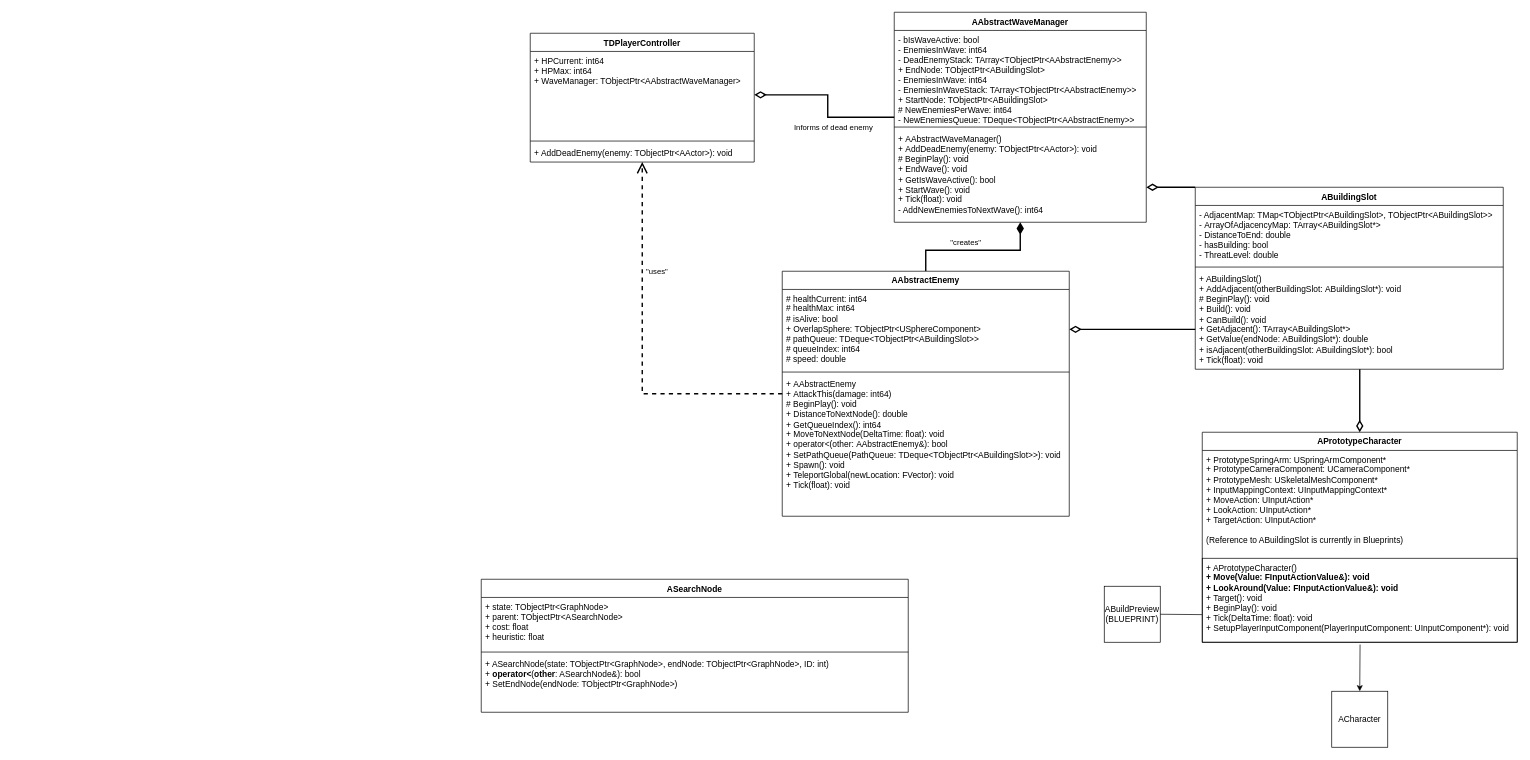
Earlier version of the draw.io diagram UML.drawio (herrkrabbe/Programming3TD). Source tidied: cells renumbered, new cells numbered last; positions are measured from the earlier drawing's top-left corner, leaving out a move shared by most shapes. Both pictures are drawn from the tidied source at 70%, with x=0, y=0 at pixel (481, 12).
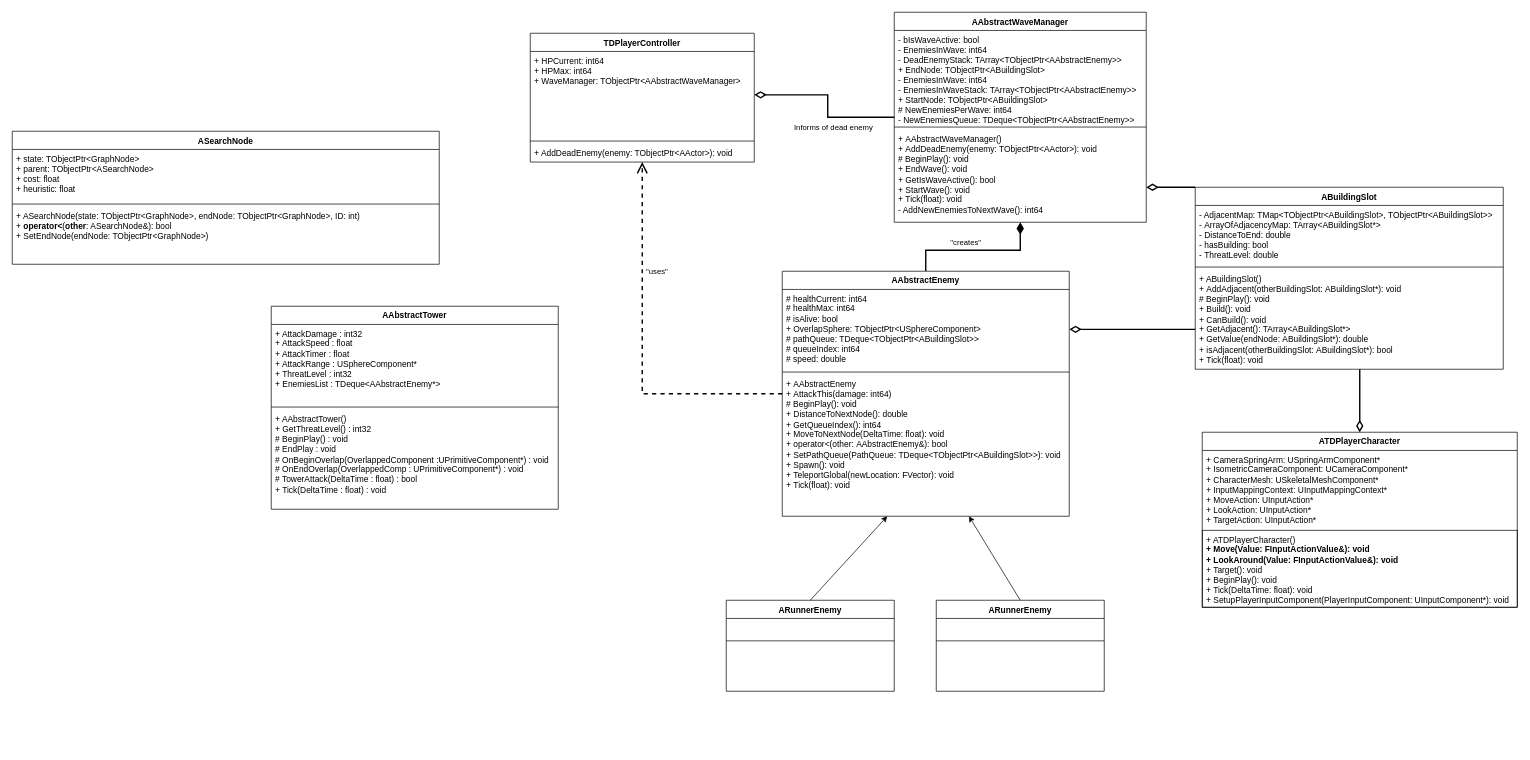
After the change.

Commit message:
Update PlayerCharacter, added AAbstractTower, Added 2 enemy subclasses

The change refers to these unchanged cells:
```xml
<mxCell id="14" value="+&amp;nbsp;AAbstractEnemy&lt;div&gt;+&amp;nbsp;AttackThis(damage: int64)&lt;/div&gt;&lt;div&gt;&lt;div&gt;# BeginPlay(): void&lt;br&gt;&lt;/div&gt;&lt;/div&gt;&lt;div&gt;+&amp;nbsp;DistanceToNextNode(): double&lt;/div&gt;&lt;div&gt;+&amp;nbsp;GetQueueIndex(): int64&lt;/div&gt;&lt;div&gt;+&amp;nbsp;MoveToNextNode(DeltaTime: float): void&lt;/div&gt;&lt;div&gt;+&amp;nbsp;operator&amp;lt;(other:&amp;nbsp;AAbstractEnemy&amp;amp;): bool&lt;/div&gt;&lt;div&gt;+&amp;nbsp;SetPathQueue(PathQueue:&amp;nbsp;TDeque&amp;lt;TObjectPtr&amp;lt;ABuildingSlot&amp;gt;&amp;gt;): void&lt;/div&gt;&lt;div&gt;+&amp;nbsp;Spawn(): void&lt;/div&gt;&lt;div&gt;+&amp;nbsp;TeleportGlobal(newLocation: FVector): void&lt;/div&gt;&lt;div&gt;+&amp;nbsp;Tick(float): void&lt;br&gt;&lt;/div&gt;" style="text;strokeColor=none;fillColor=none;align=left;verticalAlign=top;spacingLeft=4;spacingRight=4;overflow=hidden;points=[[0,0.5],[1,0.5]];portConstraint=eastwest;whiteSpace=wrap;html=1;" parent="11" vertex="1">
  <mxGeometry y="148" width="410" height="202" as="geometry" />
</mxCell>
```

Change to the diagram source:
```diff
@@
-    <mxCell id="20" value="APrototypeCharacter" style="swimlane;fontStyle=1;align=center;verticalAlign=top;horizontal=1;startSize=26;whiteSpace=wrap;html=1;" parent="1" vertex="1">
-      <mxGeometry x="1030" y="600" width="450" height="300" as="geometry" />
+    <mxCell id="20" value="ATDPlayerCharacter" style="swimlane;fontStyle=1;align=center;verticalAlign=top;horizontal=1;startSize=26;whiteSpace=wrap;html=1;" parent="1" vertex="1">
+      <mxGeometry x="1030" y="600" width="450" height="250" as="geometry" />
     </mxCell>
-    <mxCell id="21" value="+ PrototypeSpringArm: USpringArmComponent*&lt;div&gt;+&amp;nbsp;&lt;span style=&quot;white-space: normal;&quot;&gt;&lt;span style=&quot;background-color: initial;&quot;&gt;PrototypeCameraComponent:&amp;nbsp;&lt;/span&gt;&lt;/span&gt;&lt;span style=&quot;background-color: initial;&quot;&gt;UCameraComponent*&lt;/span&gt;&lt;/div&gt;&lt;div&gt;&lt;span style=&quot;background-color: initial;&quot;&gt;+&amp;nbsp;&lt;/span&gt;&lt;span style=&quot;background-color: initial;&quot;&gt;PrototypeMesh:&amp;nbsp;&lt;/span&gt;&lt;span style=&quot;background-color: initial;&quot;&gt;USkeletalMeshComponent*&amp;nbsp;&lt;/span&gt;&lt;/div&gt;&lt;div&gt;&lt;span style=&quot;background-color: initial;&quot;&gt;+&amp;nbsp;&lt;/span&gt;&lt;span style=&quot;background-color: initial;&quot;&gt;InputMappingContext:&amp;nbsp;&lt;/span&gt;&lt;span style=&quot;background-color: initial;&quot;&gt;UInputMappingContext*&amp;nbsp;&lt;/span&gt;&lt;/div&gt;&lt;div&gt;&lt;span style=&quot;background-color: initial;&quot;&gt;+&amp;nbsp;&lt;/span&gt;&lt;span style=&quot;background-color: initial;&quot;&gt;MoveAction:&amp;nbsp;&lt;/span&gt;&lt;span style=&quot;background-color: initial;&quot;&gt;UInputAction*&amp;nbsp;&lt;/span&gt;&lt;/div&gt;&lt;div&gt;&lt;span style=&quot;background-color: initial;&quot;&gt;+&amp;nbsp;&lt;/span&gt;&lt;span style=&quot;background-color: initial;&quot;&gt;LookAction:&amp;nbsp;&lt;/span&gt;&lt;span style=&quot;background-color: initial;&quot;&gt;UInputAction*&amp;nbsp;&lt;/span&gt;&lt;/div&gt;&lt;div&gt;&lt;span style=&quot;background-color: initial;&quot;&gt;+&amp;nbsp;&lt;/span&gt;&lt;span style=&quot;background-color: initial;&quot;&gt;TargetAction:&amp;nbsp;&lt;/span&gt;&lt;span style=&quot;background-color: initial;&quot;&gt;UInputAction*&lt;/span&gt;&lt;/div&gt;&lt;div&gt;&lt;span style=&quot;background-color: initial;&quot;&gt;&lt;br&gt;&lt;/span&gt;&lt;/div&gt;&lt;div&gt;&lt;span style=&quot;background-color: initial;&quot;&gt;(Reference to ABuildingSlot is currently in Blueprints)&lt;/span&gt;&lt;/div&gt;" style="text;strokeColor=none;fillColor=none;align=left;verticalAlign=top;spacingLeft=4;spacingRight=4;overflow=hidden;whiteSpace=wrap;html=1;" parent="20" vertex="1">
-      <mxGeometry y="26" width="450" height="154" as="geometry" />
+    <mxCell id="21" value="+ CameraSpringArm: USpringArmComponent*&lt;div&gt;+ Isometric&lt;span style=&quot;white-space: normal;&quot;&gt;&lt;span style=&quot;background-color: initial;&quot;&gt;CameraComponent:&amp;nbsp;&lt;/span&gt;&lt;/span&gt;&lt;span style=&quot;background-color: initial;&quot;&gt;UCameraComponent*&lt;/span&gt;&lt;/div&gt;&lt;div&gt;&lt;span style=&quot;background-color: initial;&quot;&gt;+ Character&lt;/span&gt;&lt;span style=&quot;background-color: initial;&quot;&gt;Mesh:&amp;nbsp;&lt;/span&gt;&lt;span style=&quot;background-color: initial;&quot;&gt;USkeletalMeshComponent*&amp;nbsp;&lt;/span&gt;&lt;/div&gt;&lt;div&gt;&lt;span style=&quot;background-color: initial;&quot;&gt;+&amp;nbsp;&lt;/span&gt;&lt;span style=&quot;background-color: initial;&quot;&gt;InputMappingContext:&amp;nbsp;&lt;/span&gt;&lt;span style=&quot;background-color: initial;&quot;&gt;UInputMappingContext*&amp;nbsp;&lt;/span&gt;&lt;/div&gt;&lt;div&gt;&lt;span style=&quot;background-color: initial;&quot;&gt;+&amp;nbsp;&lt;/span&gt;&lt;span style=&quot;background-color: initial;&quot;&gt;MoveAction:&amp;nbsp;&lt;/span&gt;&lt;span style=&quot;background-color: initial;&quot;&gt;UInputAction*&amp;nbsp;&lt;/span&gt;&lt;/div&gt;&lt;div&gt;&lt;span style=&quot;background-color: initial;&quot;&gt;+&amp;nbsp;&lt;/span&gt;&lt;span style=&quot;background-color: initial;&quot;&gt;LookAction:&amp;nbsp;&lt;/span&gt;&lt;span style=&quot;background-color: initial;&quot;&gt;UInputAction*&amp;nbsp;&lt;/span&gt;&lt;/div&gt;&lt;div&gt;&lt;span style=&quot;background-color: initial;&quot;&gt;+&amp;nbsp;&lt;/span&gt;&lt;span style=&quot;background-color: initial;&quot;&gt;TargetAction:&amp;nbsp;&lt;/span&gt;&lt;span style=&quot;background-color: initial;&quot;&gt;UInputAction*&lt;/span&gt;&lt;/div&gt;" style="text;strokeColor=none;fillColor=none;align=left;verticalAlign=top;spacingLeft=4;spacingRight=4;overflow=hidden;whiteSpace=wrap;html=1;" parent="20" vertex="1">
+      <mxGeometry y="26" width="450" height="114" as="geometry" />
     </mxCell>
-    <mxCell id="22" value="&lt;span style=&quot;background-color: initial;&quot;&gt;&lt;div style=&quot;&quot;&gt;+ APrototypeCharacter()&lt;/div&gt;&lt;div style=&quot;font-weight: bold;&quot;&gt;+ Move(&lt;span style=&quot;background-color: initial;&quot;&gt;Value:&amp;nbsp;&lt;/span&gt;&lt;span style=&quot;background-color: initial;&quot;&gt;FInputActionValue&amp;amp;):&amp;nbsp;&lt;/span&gt;&lt;span style=&quot;background-color: initial;&quot;&gt;void&lt;/span&gt;&lt;span style=&quot;background-color: initial;&quot;&gt;&amp;nbsp;&lt;/span&gt;&lt;/div&gt;&lt;div style=&quot;font-weight: bold;&quot;&gt;&lt;span style=&quot;background-color: initial;&quot;&gt;+ LookAround(&lt;/span&gt;&lt;span style=&quot;background-color: initial;&quot;&gt;Value:&amp;nbsp;&lt;/span&gt;&lt;span style=&quot;background-color: initial;&quot;&gt;FInputActionValue&amp;amp;):&amp;nbsp;&lt;/span&gt;&lt;span style=&quot;background-color: initial;&quot;&gt;void&lt;/span&gt;&lt;/div&gt;&lt;div style=&quot;font-weight: bold;&quot;&gt;&lt;span style=&quot;background-color: initial; font-weight: normal;&quot;&gt;+ Target():&amp;nbsp;&lt;/span&gt;&lt;span style=&quot;background-color: initial; font-weight: normal;&quot;&gt;void&lt;/span&gt;&lt;span style=&quot;background-color: initial; font-weight: normal;&quot;&gt;&amp;nbsp;&lt;/span&gt;&lt;/div&gt;&lt;div style=&quot;font-weight: bold;&quot;&gt;&lt;span style=&quot;background-color: initial; font-weight: normal;&quot;&gt;+ BeginPlay():&amp;nbsp;&lt;/span&gt;&lt;span style=&quot;background-color: initial; font-weight: normal;&quot;&gt;void&lt;/span&gt;&lt;span style=&quot;background-color: initial; font-weight: normal;&quot;&gt;&amp;nbsp;&lt;/span&gt;&lt;/div&gt;&lt;div style=&quot;font-weight: bold;&quot;&gt;&lt;span style=&quot;background-color: initial; font-weight: normal;&quot;&gt;+ Tick(DeltaTime: float):&amp;nbsp;&lt;/span&gt;&lt;span style=&quot;background-color: initial; font-weight: normal;&quot;&gt;void&lt;/span&gt;&lt;span style=&quot;background-color: initial; font-weight: normal;&quot;&gt;&amp;nbsp;&lt;/span&gt;&lt;/div&gt;&lt;div style=&quot;font-weight: bold;&quot;&gt;&lt;span style=&quot;background-color: initial; font-weight: normal;&quot;&gt;+ SetupPlayerInputComponent(PlayerInputComponent:&amp;nbsp;&lt;/span&gt;&lt;span style=&quot;background-color: initial; font-weight: normal;&quot;&gt;UInputComponent*&lt;/span&gt;&lt;span style=&quot;background-color: initial; font-weight: normal;&quot;&gt;):&amp;nbsp;&lt;/span&gt;&lt;span style=&quot;background-color: initial; font-weight: normal;&quot;&gt;void&lt;/span&gt;&lt;span style=&quot;background-color: initial; font-weight: normal;&quot;&gt;&amp;nbsp;&lt;/span&gt;&lt;/div&gt;&lt;/span&gt;" style="text;strokeColor=default;fillColor=none;align=left;verticalAlign=top;spacingLeft=4;spacingRight=4;overflow=hidden;points=[[0,0.5],[1,0.5]];portConstraint=eastwest;whiteSpace=wrap;html=1;perimeterSpacing=0;strokeWidth=1;" parent="20" vertex="1">
-      <mxGeometry y="180" width="450" height="120" as="geometry" />
+    <mxCell id="22" value="&lt;span style=&quot;background-color: initial;&quot;&gt;&lt;div style=&quot;&quot;&gt;+ ATDPlayerCharacter()&lt;/div&gt;&lt;div style=&quot;font-weight: bold;&quot;&gt;+ Move(&lt;span style=&quot;background-color: initial;&quot;&gt;Value:&amp;nbsp;&lt;/span&gt;&lt;span style=&quot;background-color: initial;&quot;&gt;FInputActionValue&amp;amp;):&amp;nbsp;&lt;/span&gt;&lt;span style=&quot;background-color: initial;&quot;&gt;void&lt;/span&gt;&lt;span style=&quot;background-color: initial;&quot;&gt;&amp;nbsp;&lt;/span&gt;&lt;/div&gt;&lt;div style=&quot;font-weight: bold;&quot;&gt;&lt;span style=&quot;background-color: initial;&quot;&gt;+ LookAround(&lt;/span&gt;&lt;span style=&quot;background-color: initial;&quot;&gt;Value:&amp;nbsp;&lt;/span&gt;&lt;span style=&quot;background-color: initial;&quot;&gt;FInputActionValue&amp;amp;):&amp;nbsp;&lt;/span&gt;&lt;span style=&quot;background-color: initial;&quot;&gt;void&lt;/span&gt;&lt;/div&gt;&lt;div style=&quot;font-weight: bold;&quot;&gt;&lt;span style=&quot;background-color: initial; font-weight: normal;&quot;&gt;+ Target():&amp;nbsp;&lt;/span&gt;&lt;span style=&quot;background-color: initial; font-weight: normal;&quot;&gt;void&lt;/span&gt;&lt;span style=&quot;background-color: initial; font-weight: normal;&quot;&gt;&amp;nbsp;&lt;/span&gt;&lt;/div&gt;&lt;div style=&quot;font-weight: bold;&quot;&gt;&lt;span style=&quot;background-color: initial; font-weight: normal;&quot;&gt;+ BeginPlay():&amp;nbsp;&lt;/span&gt;&lt;span style=&quot;background-color: initial; font-weight: normal;&quot;&gt;void&lt;/span&gt;&lt;span style=&quot;background-color: initial; font-weight: normal;&quot;&gt;&amp;nbsp;&lt;/span&gt;&lt;/div&gt;&lt;div style=&quot;font-weight: bold;&quot;&gt;&lt;span style=&quot;background-color: initial; font-weight: normal;&quot;&gt;+ Tick(DeltaTime: float):&amp;nbsp;&lt;/span&gt;&lt;span style=&quot;background-color: initial; font-weight: normal;&quot;&gt;void&lt;/span&gt;&lt;span style=&quot;background-color: initial; font-weight: normal;&quot;&gt;&amp;nbsp;&lt;/span&gt;&lt;/div&gt;&lt;div style=&quot;font-weight: bold;&quot;&gt;&lt;span style=&quot;background-color: initial; font-weight: normal;&quot;&gt;+ SetupPlayerInputComponent(PlayerInputComponent:&amp;nbsp;&lt;/span&gt;&lt;span style=&quot;background-color: initial; font-weight: normal;&quot;&gt;UInputComponent*&lt;/span&gt;&lt;span style=&quot;background-color: initial; font-weight: normal;&quot;&gt;):&amp;nbsp;&lt;/span&gt;&lt;span style=&quot;background-color: initial; font-weight: normal;&quot;&gt;void&lt;/span&gt;&lt;span style=&quot;background-color: initial; font-weight: normal;&quot;&gt;&amp;nbsp;&lt;/span&gt;&lt;/div&gt;&lt;/span&gt;" style="text;strokeColor=default;fillColor=none;align=left;verticalAlign=top;spacingLeft=4;spacingRight=4;overflow=hidden;points=[[0,0.5],[1,0.5]];portConstraint=eastwest;whiteSpace=wrap;html=1;perimeterSpacing=0;strokeWidth=1;" parent="20" vertex="1">
+      <mxGeometry y="140" width="450" height="110" as="geometry" />
     </mxCell>
-    <mxCell id="23" value="ACharacter" style="whiteSpace=wrap;html=1;" parent="1" vertex="1">
-      <mxGeometry x="1215" y="970" width="80" height="80" as="geometry" />
-    </mxCell>
-    <mxCell id="24" style="endArrow=classic;html=1;rounded=0;entryX=0.5;entryY=0;entryDx=0;entryDy=0;exitX=0.501;exitY=1.027;exitDx=0;exitDy=0;exitPerimeter=0;" parent="1" edge="1" source="22" target="23">
-      <mxGeometry relative="1" as="geometry" />
-    </mxCell>
@@
-    <mxCell id="26" value="ABuildPreview&lt;div&gt;(BLUEPRINT)&lt;/div&gt;" style="whiteSpace=wrap;html=1;" parent="1" vertex="1">
-      <mxGeometry x="890" y="820" width="80" height="80" as="geometry" />
-    </mxCell>
-    <mxCell id="27" style="endArrow=none;html=1;rounded=0;exitX=1;exitY=0.5;exitDx=0;exitDy=0;entryX=-0.001;entryY=0.671;entryDx=0;entryDy=0;entryPerimeter=0;" parent="1" edge="1" source="26" target="22">
-      <mxGeometry relative="1" as="geometry" />
-    </mxCell>
@@
     <mxCell id="34" value="ASearchNode" style="swimlane;fontStyle=1;align=center;verticalAlign=top;horizontal=1;startSize=26;whiteSpace=wrap;html=1;" parent="1" vertex="1">
-      <mxGeometry y="810" width="610" height="190" as="geometry" />
+      <mxGeometry x="-670" y="170" width="610" height="190" as="geometry" />
     </mxCell>
@@
+    <mxCell id="38" value="ARunnerEnemy" style="swimlane;fontStyle=1;align=center;verticalAlign=top;horizontal=1;startSize=26;whiteSpace=wrap;html=1;" parent="1" vertex="1">
+      <mxGeometry x="350" y="840" width="240" height="130" as="geometry" />
+    </mxCell>
+    <mxCell id="39" style="line;strokeWidth=1;fillColor=none;align=left;verticalAlign=middle;spacingTop=-1;spacingLeft=3;spacingRight=3;labelPosition=right;strokeColor=inherit;" parent="38" vertex="1">
+      <mxGeometry y="26" width="240" height="64" as="geometry" />
+    </mxCell>
+    <mxCell id="40" value="&lt;div&gt;&lt;br&gt;&lt;/div&gt;" style="text;strokeColor=none;fillColor=none;align=left;verticalAlign=top;spacingLeft=4;spacingRight=4;overflow=hidden;whiteSpace=wrap;html=1;" parent="38" vertex="1">
+      <mxGeometry y="90" width="240" height="40" as="geometry" />
+    </mxCell>
+    <mxCell id="41" value="ARunnerEnemy" style="swimlane;fontStyle=1;align=center;verticalAlign=top;horizontal=1;startSize=26;whiteSpace=wrap;html=1;" parent="1" vertex="1">
+      <mxGeometry x="650" y="840" width="240" height="130" as="geometry" />
+    </mxCell>
+    <mxCell id="42" style="line;strokeWidth=1;fillColor=none;align=left;verticalAlign=middle;spacingTop=-1;spacingLeft=3;spacingRight=3;labelPosition=right;strokeColor=inherit;" parent="41" vertex="1">
+      <mxGeometry y="26" width="240" height="64" as="geometry" />
+    </mxCell>
+    <mxCell id="43" value="&lt;div&gt;&lt;br&gt;&lt;/div&gt;" style="text;strokeColor=none;fillColor=none;align=left;verticalAlign=top;spacingLeft=4;spacingRight=4;overflow=hidden;whiteSpace=wrap;html=1;" parent="41" vertex="1">
+      <mxGeometry y="90" width="240" height="40" as="geometry" />
+    </mxCell>
+    <mxCell id="44" style="endArrow=classic;html=1;rounded=0;exitX=0.5;exitY=0;exitDx=0;exitDy=0;" parent="1" edge="1" source="41" target="14">
+      <mxGeometry relative="1" as="geometry" />
+    </mxCell>
+    <mxCell id="45" style="endArrow=classic;html=1;rounded=0;exitX=0.5;exitY=0;exitDx=0;exitDy=0;" parent="1" edge="1" source="38">
+      <mxGeometry relative="1" as="geometry">
+        <mxPoint x="580" y="720" as="targetPoint" />
+      </mxGeometry>
+    </mxCell>
+    <mxCell id="46" value="AAbstractTower" style="swimlane;fontStyle=1;align=center;verticalAlign=top;horizontal=1;startSize=26;whiteSpace=wrap;html=1;" parent="1" vertex="1">
+      <mxGeometry x="-300" y="420" width="410" height="290" as="geometry" />
+    </mxCell>
+    <mxCell id="47" value="+ AttackDamage : int32&lt;div&gt;+ AttackSpeed : float&lt;/div&gt;&lt;div&gt;+ AttackTimer : float&lt;/div&gt;&lt;div&gt;+ AttackRange : USphereComponent*&lt;/div&gt;&lt;div&gt;+ ThreatLevel : int32&lt;/div&gt;&lt;div&gt;+ EnemiesList : TDeque&amp;lt;AAbstractEnemy*&amp;gt;&lt;/div&gt;" style="text;strokeColor=none;fillColor=none;align=left;verticalAlign=top;spacingLeft=4;spacingRight=4;overflow=hidden;whiteSpace=wrap;html=1;" parent="46" vertex="1">
+      <mxGeometry y="26" width="410" height="114" as="geometry" />
+    </mxCell>
+    <mxCell id="48" style="line;strokeWidth=1;fillColor=none;align=left;verticalAlign=middle;spacingTop=-1;spacingLeft=3;spacingRight=3;labelPosition=right;strokeColor=inherit;" parent="46" vertex="1">
+      <mxGeometry y="140" width="410" height="8" as="geometry" />
+    </mxCell>
+    <mxCell id="49" value="&lt;div&gt;+ AAbstractTower()&lt;/div&gt;&lt;div&gt;+ GetThreatLevel() : int32&lt;/div&gt;&lt;div&gt;# BeginPlay() : void&lt;/div&gt;&lt;div&gt;# EndPlay : void&lt;/div&gt;&lt;div&gt;# OnBeginOverlap(OverlappedComponent :UPrimitiveComponent*) : void&lt;/div&gt;&lt;div&gt;# OnEndOverlap(OverlappedComp : UPrimitiveComponent*) : void&lt;/div&gt;&lt;div&gt;# TowerAttack(DeltaTime : float) : bool&lt;/div&gt;&lt;div&gt;+ Tick(DeltaTime : float) : void&lt;/div&gt;" style="text;strokeColor=none;fillColor=none;align=left;verticalAlign=top;spacingLeft=4;spacingRight=4;overflow=hidden;whiteSpace=wrap;html=1;" parent="46" vertex="1">
+      <mxGeometry y="148" width="410" height="142" as="geometry" />
+    </mxCell>
```
